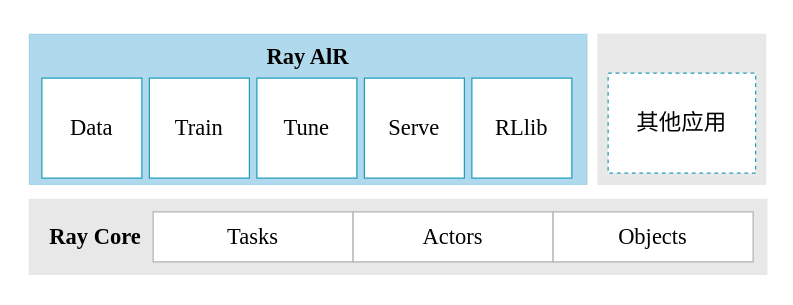
Above: drawio/ch-ray-core/ray.drawio in godaai/scale-py-zh (draw.io), before the change. Source tidied: cells renumbered, new cells numbered last; positions are measured from the earlier drawing's top-left corner, leaving out a move shared by most shapes. Both pictures are drawn from the tidied source at 125%, with x=0, y=0 at pixel (21, 21).
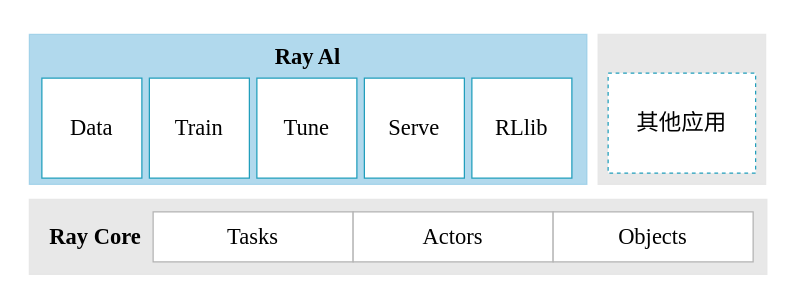
The same page after the edit.

Change to the diagram source:
```diff
@@
 <mxGraphModel>
   <root>
     <mxCell id="0" />
     <mxCell id="1" parent="0" />
     <mxCell id="2" style="rounded=0;whiteSpace=wrap;html=1;strokeColor=none;fillColor=none;" parent="1" vertex="1">
       <mxGeometry width="600" height="210" as="geometry" />
     </mxCell>
     <mxCell id="3" style="rounded=0;whiteSpace=wrap;html=1;fillColor=#90C9E6;opacity=70;strokeColor=#90C9E6;" parent="1" vertex="1">
       <mxGeometry x="6" y="10" width="446" height="120" as="geometry" />
     </mxCell>
-    <mxCell id="4" value="&lt;font style=&quot;font-size: 18px;&quot; face=&quot;Times New Roman&quot;&gt;&lt;b style=&quot;&quot;&gt;Ray AlR&lt;/b&gt;&lt;/font&gt;" style="text;html=1;strokeColor=none;fillColor=none;align=center;verticalAlign=middle;whiteSpace=wrap;rounded=0;" parent="1" vertex="1">
+    <mxCell id="4" value="&lt;font style=&quot;font-size: 18px;&quot; face=&quot;Times New Roman&quot;&gt;&lt;b style=&quot;&quot;&gt;Ray Al&lt;/b&gt;&lt;/font&gt;" style="text;html=1;strokeColor=none;fillColor=none;align=center;verticalAlign=middle;whiteSpace=wrap;rounded=0;" parent="1" vertex="1">
       <mxGeometry x="179" y="13" width="100" height="30" as="geometry" />
     </mxCell>
     <mxCell id="5" value="&lt;font face=&quot;Times New Roman&quot; style=&quot;font-size: 18px;&quot;&gt;Data&lt;/font&gt;" style="whiteSpace=wrap;html=1;strokeColor=#219EBC;" parent="1" vertex="1">
       <mxGeometry x="16" y="45" width="80" height="80" as="geometry" />
     </mxCell>
     <mxCell id="6" value="&lt;font style=&quot;font-size: 18px;&quot; face=&quot;Times New Roman&quot;&gt;Train&lt;/font&gt;" style="whiteSpace=wrap;html=1;strokeColor=#219EBC;" parent="1" vertex="1">
       <mxGeometry x="102" y="45" width="80" height="80" as="geometry" />
     </mxCell>
     <mxCell id="7" value="&lt;font style=&quot;font-size: 18px;&quot; face=&quot;Times New Roman&quot;&gt;Tune&lt;/font&gt;" style="whiteSpace=wrap;html=1;strokeColor=#219EBC;" parent="1" vertex="1">
       <mxGeometry x="188" y="45" width="80" height="80" as="geometry" />
     </mxCell>
     <mxCell id="8" value="&lt;font style=&quot;font-size: 18px;&quot; face=&quot;Times New Roman&quot;&gt;Serve&lt;/font&gt;" style="whiteSpace=wrap;html=1;strokeColor=#219EBC;" parent="1" vertex="1">
       <mxGeometry x="274" y="45" width="80" height="80" as="geometry" />
     </mxCell>
     <mxCell id="9" value="&lt;font style=&quot;font-size: 18px;&quot; face=&quot;Times New Roman&quot;&gt;RLlib&lt;/font&gt;" style="whiteSpace=wrap;html=1;strokeColor=#219EBC;" parent="1" vertex="1">
       <mxGeometry x="360" y="45" width="80" height="80" as="geometry" />
     </mxCell>
     <mxCell id="10" style="rounded=0;whiteSpace=wrap;html=1;fillColor=#E6E6E6;opacity=90;strokeColor=#E6E6E6;" parent="1" vertex="1">
       <mxGeometry x="6" y="142" width="590" height="60" as="geometry" />
     </mxCell>
     <mxCell id="11" value="&lt;font style=&quot;font-size: 18px;&quot; face=&quot;Times New Roman&quot;&gt;Tasks&lt;/font&gt;" style="rounded=0;whiteSpace=wrap;html=1;strokeColor=#B3B3B3;" parent="1" vertex="1">
       <mxGeometry x="105" y="152" width="160" height="40" as="geometry" />
     </mxCell>
     <mxCell id="12" value="&lt;font style=&quot;font-size: 18px;&quot; face=&quot;Times New Roman&quot;&gt;Actors&lt;/font&gt;" style="rounded=0;whiteSpace=wrap;html=1;strokeColor=#B3B3B3;" parent="1" vertex="1">
       <mxGeometry x="265" y="152" width="160" height="40" as="geometry" />
     </mxCell>
     <mxCell id="13" value="&lt;font style=&quot;font-size: 18px;&quot; face=&quot;Times New Roman&quot;&gt;Objects&lt;/font&gt;" style="rounded=0;whiteSpace=wrap;html=1;strokeColor=#B3B3B3;" parent="1" vertex="1">
       <mxGeometry x="425" y="152" width="160" height="40" as="geometry" />
     </mxCell>
     <mxCell id="14" style="rounded=0;whiteSpace=wrap;html=1;fillColor=#E6E6E6;opacity=90;strokeColor=#E6E6E6;" parent="1" vertex="1">
       <mxGeometry x="461" y="10" width="134" height="120" as="geometry" />
     </mxCell>
     <mxCell id="15" value="&lt;font style=&quot;font-size: 18px;&quot; face=&quot;Times New Roman&quot;&gt;其他应用&lt;/font&gt;" style="rounded=0;whiteSpace=wrap;html=1;strokeColor=#219EBC;dashed=1;fillColor=#FFFFFF;" parent="1" vertex="1">
       <mxGeometry x="469" y="41" width="118" height="80" as="geometry" />
     </mxCell>
     <mxCell id="16" value="&lt;font style=&quot;font-size: 18px;&quot; face=&quot;Times New Roman&quot;&gt;&lt;b style=&quot;&quot;&gt;Ray Core&lt;/b&gt;&lt;/font&gt;" style="text;html=1;strokeColor=none;fillColor=none;align=center;verticalAlign=middle;whiteSpace=wrap;rounded=0;" parent="1" vertex="1">
       <mxGeometry x="9" y="157" width="100" height="30" as="geometry" />
     </mxCell>
   </root>
 </mxGraphModel>
```
